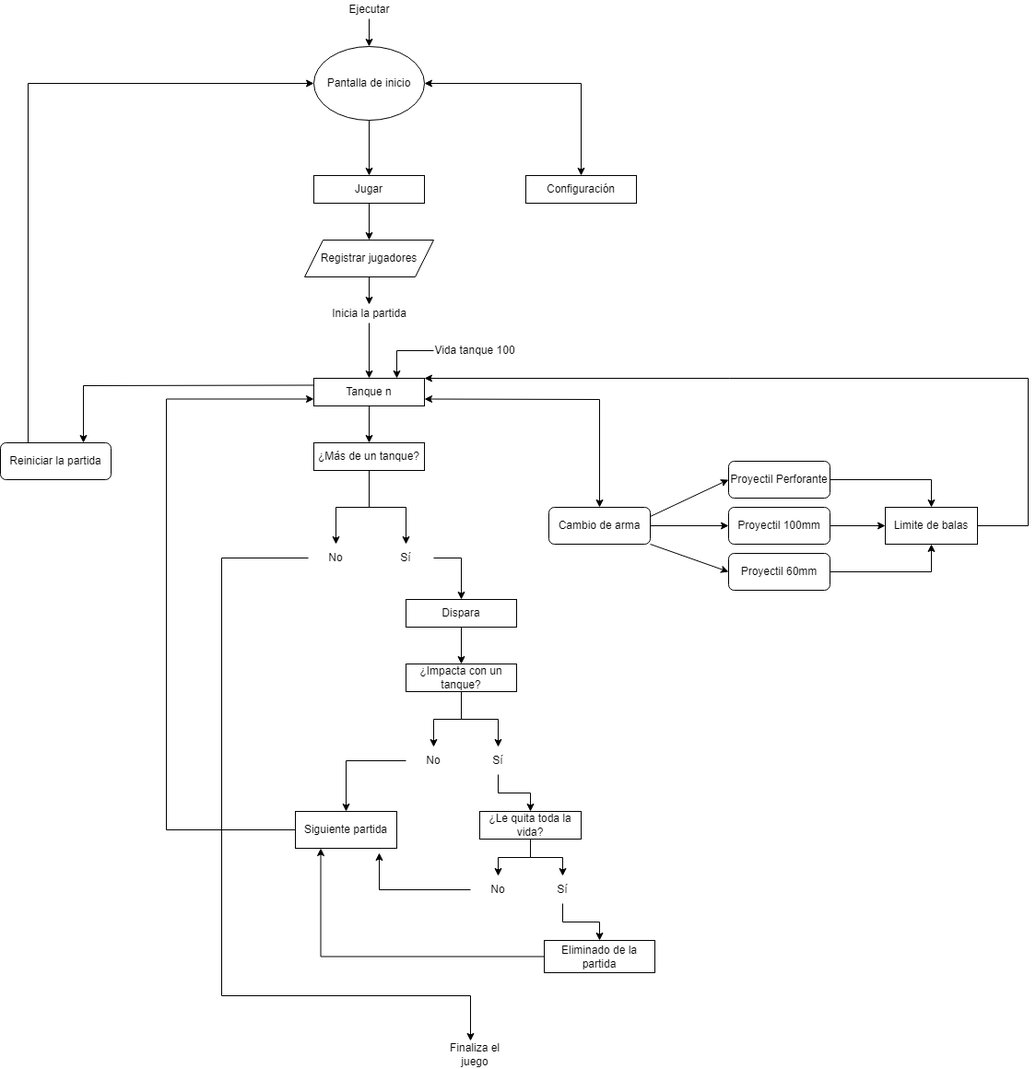
Above: readme-y-graficos/Diagrama.png in vynzk/TanquesJuego (draw.io), before the change. Source tidied: cells renumbered, new cells last; positions are measured from the earlier drawing's top-left corner, leaving out a move shared by most shapes.
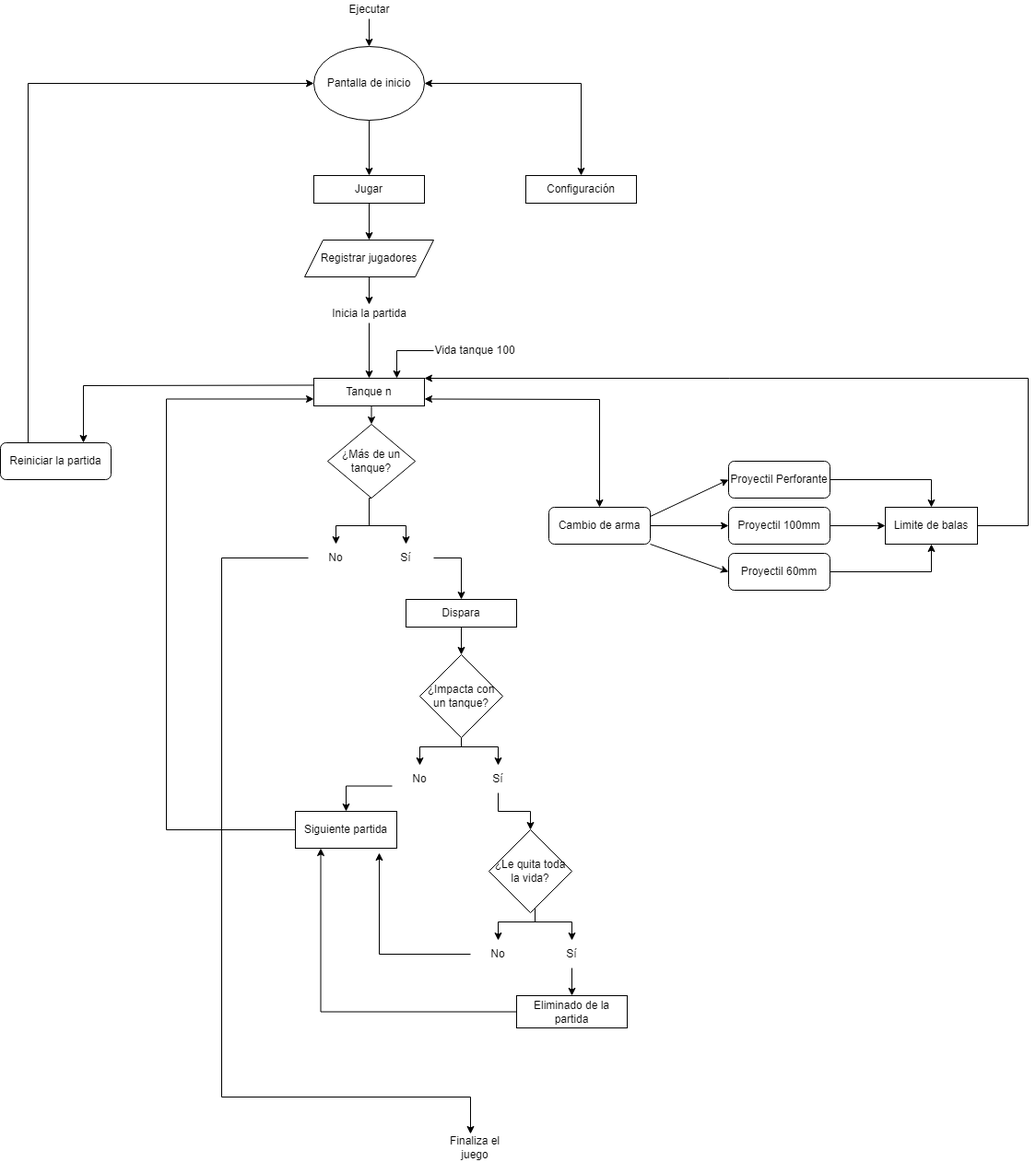
The same file after the commit.

Commit message:
Diagrama de flujo actualizado

What changed in the source:
```diff
@@ -20,7 +20,7 @@
     <mxCell id="7" value="Jugar" style="whiteSpace=wrap;html=1;" parent="1" vertex="1">
       <mxGeometry x="340" y="190" width="120" height="30" as="geometry" />
     </mxCell>
-    <mxCell id="8" style="edgeStyle=orthogonalEdgeStyle;rounded=0;jettySize=auto;html=1;exitX=0.5;exitY=1;exitDx=0;exitDy=0;" parent="1" edge="1" source="9" target="37">
+    <mxCell id="8" style="edgeStyle=orthogonalEdgeStyle;rounded=0;jettySize=auto;html=1;exitX=0.5;exitY=1;exitDx=0;exitDy=0;entryX=0.5;entryY=0;entryDx=0;entryDy=0;" parent="1" edge="1" source="9" target="37">
       <mxGeometry relative="1" as="geometry" />
     </mxCell>
     <mxCell id="9" value="Tanque n" style="whiteSpace=wrap;html=1;" parent="1" vertex="1">
@@ -114,21 +114,29 @@
     <mxCell id="34" value="Vida tanque 100" style="text;html=1;strokeColor=none;fillColor=none;align=center;verticalAlign=middle;whiteSpace=wrap;rounded=0;" parent="1" vertex="1">
       <mxGeometry x="470" y="365" width="90" height="30" as="geometry" />
     </mxCell>
-    <mxCell id="35" style="edgeStyle=orthogonalEdgeStyle;rounded=0;jettySize=auto;html=1;" parent="1" edge="1" source="37" target="41">
-      <mxGeometry relative="1" as="geometry" />
+    <mxCell id="35" style="edgeStyle=orthogonalEdgeStyle;rounded=0;jettySize=auto;html=1;exitX=0.5;exitY=1;exitDx=0;exitDy=0;" parent="1" edge="1" source="37" target="41">
+      <mxGeometry relative="1" as="geometry">
+        <Array as="points">
+          <mxPoint x="400" y="570" />
+          <mxPoint x="440" y="570" />
+        </Array>
+      </mxGeometry>
     </mxCell>
-    <mxCell id="36" style="edgeStyle=orthogonalEdgeStyle;rounded=0;jettySize=auto;html=1;entryX=0.5;entryY=0;entryDx=0;entryDy=0;" parent="1" edge="1" source="37" target="39">
-      <mxGeometry relative="1" as="geometry" />
+    <mxCell id="36" style="edgeStyle=orthogonalEdgeStyle;rounded=0;jettySize=auto;html=1;entryX=0.5;entryY=0;entryDx=0;entryDy=0;" parent="1" edge="1" target="39">
+      <mxGeometry relative="1" as="geometry">
+        <mxPoint x="400" y="550" as="sourcePoint" />
+        <Array as="points">
+          <mxPoint x="400" y="570" />
+          <mxPoint x="364" y="570" />
+        </Array>
+      </mxGeometry>
     </mxCell>
-    <mxCell id="37" value="¿Más de un tanque?" style="whiteSpace=wrap;html=1;" parent="1" vertex="1">
-      <mxGeometry x="340" y="480" width="120" height="30" as="geometry" />
-    </mxCell>
     <mxCell id="38" style="edgeStyle=orthogonalEdgeStyle;rounded=0;jettySize=auto;html=1;" parent="1" edge="1" source="39" target="60">
       <mxGeometry relative="1" as="geometry">
         <Array as="points">
           <mxPoint x="240" y="605" />
-          <mxPoint x="240" y="1080" />
-          <mxPoint x="510" y="1080" />
+          <mxPoint x="240" y="1190" />
+          <mxPoint x="510" y="1190" />
         </Array>
       </mxGeometry>
     </mxCell>
@@ -143,53 +151,47 @@
     <mxCell id="41" value="Sí" style="text;html=1;strokeColor=none;fillColor=none;align=center;verticalAlign=middle;whiteSpace=wrap;rounded=0;" parent="1" vertex="1">
       <mxGeometry x="410" y="590" width="60" height="30" as="geometry" />
     </mxCell>
-    <mxCell id="42" style="edgeStyle=orthogonalEdgeStyle;rounded=0;jettySize=auto;html=1;" parent="1" edge="1" source="44" target="51">
-      <mxGeometry relative="1" as="geometry" />
-    </mxCell>
-    <mxCell id="43" style="edgeStyle=orthogonalEdgeStyle;rounded=0;jettySize=auto;html=1;entryX=0.5;entryY=0;entryDx=0;entryDy=0;" parent="1" edge="1" source="44" target="49">
-      <mxGeometry relative="1" as="geometry" />
+    <mxCell id="43" style="edgeStyle=orthogonalEdgeStyle;rounded=0;jettySize=auto;html=1;entryX=0.5;entryY=0;entryDx=0;entryDy=0;exitX=0.5;exitY=1;exitDx=0;exitDy=0;" parent="1" edge="1" source="44" target="49">
+      <mxGeometry relative="1" as="geometry">
+        <Array as="points">
+          <mxPoint x="500" y="810" />
+          <mxPoint x="540" y="810" />
+        </Array>
+      </mxGeometry>
     </mxCell>
-    <mxCell id="44" value="¿Impacta con un tanque?" style="whiteSpace=wrap;html=1;" parent="1" vertex="1">
-      <mxGeometry x="440" y="720" width="120" height="30" as="geometry" />
-    </mxCell>
-    <mxCell id="45" style="edgeStyle=orthogonalEdgeStyle;rounded=0;jettySize=auto;html=1;" parent="1" edge="1" source="47" target="55">
-      <mxGeometry relative="1" as="geometry" />
-    </mxCell>
-    <mxCell id="46" style="edgeStyle=orthogonalEdgeStyle;rounded=0;jettySize=auto;html=1;entryX=0.5;entryY=0;entryDx=0;entryDy=0;" parent="1" edge="1" source="47" target="53">
-      <mxGeometry relative="1" as="geometry" />
-    </mxCell>
-    <mxCell id="47" value="¿Le quita toda la vida?" style="whiteSpace=wrap;html=1;" parent="1" vertex="1">
-      <mxGeometry x="520" y="880" width="110" height="30" as="geometry" />
-    </mxCell>
     <mxCell id="48" style="edgeStyle=orthogonalEdgeStyle;rounded=0;jettySize=auto;html=1;entryX=0.5;entryY=0;entryDx=0;entryDy=0;" parent="1" edge="1" source="49" target="47">
       <mxGeometry relative="1" as="geometry" />
     </mxCell>
     <mxCell id="49" value="Sí" style="text;html=1;strokeColor=none;fillColor=none;align=center;verticalAlign=middle;whiteSpace=wrap;rounded=0;" parent="1" vertex="1">
-      <mxGeometry x="510" y="810" width="60" height="30" as="geometry" />
+      <mxGeometry x="510" y="830" width="60" height="30" as="geometry" />
     </mxCell>
-    <mxCell id="50" style="edgeStyle=orthogonalEdgeStyle;rounded=0;jettySize=auto;html=1;entryX=0.5;entryY=0;entryDx=0;entryDy=0;" parent="1" edge="1" source="51" target="59">
-      <mxGeometry relative="1" as="geometry" />
+    <mxCell id="50" style="edgeStyle=orthogonalEdgeStyle;rounded=0;jettySize=auto;html=1;entryX=0.5;entryY=0;entryDx=0;entryDy=0;exitX=0;exitY=0.75;exitDx=0;exitDy=0;" parent="1" edge="1" source="51" target="59">
+      <mxGeometry relative="1" as="geometry">
+        <Array as="points">
+          <mxPoint x="375" y="853" />
+        </Array>
+      </mxGeometry>
     </mxCell>
     <mxCell id="51" value="No" style="text;html=1;strokeColor=none;fillColor=none;align=center;verticalAlign=middle;whiteSpace=wrap;rounded=0;" parent="1" vertex="1">
-      <mxGeometry x="440" y="810" width="60" height="30" as="geometry" />
+      <mxGeometry x="425" y="830" width="60" height="30" as="geometry" />
     </mxCell>
     <mxCell id="52" style="edgeStyle=orthogonalEdgeStyle;rounded=0;jettySize=auto;html=1;" parent="1" edge="1" source="53" target="57">
       <mxGeometry relative="1" as="geometry" />
     </mxCell>
     <mxCell id="53" value="Sí" style="text;html=1;strokeColor=none;fillColor=none;align=center;verticalAlign=middle;whiteSpace=wrap;rounded=0;" parent="1" vertex="1">
-      <mxGeometry x="580" y="950" width="60" height="30" as="geometry" />
+      <mxGeometry x="590" y="1020" width="60" height="30" as="geometry" />
     </mxCell>
     <mxCell id="54" style="edgeStyle=orthogonalEdgeStyle;rounded=0;jettySize=auto;html=1;entryX=0.827;entryY=1.125;entryDx=0;entryDy=0;entryPerimeter=0;" parent="1" edge="1" source="55" target="59">
       <mxGeometry relative="1" as="geometry" />
     </mxCell>
     <mxCell id="55" value="No" style="text;html=1;strokeColor=none;fillColor=none;align=center;verticalAlign=middle;whiteSpace=wrap;rounded=0;" parent="1" vertex="1">
-      <mxGeometry x="510" y="950" width="60" height="30" as="geometry" />
+      <mxGeometry x="510" y="1020" width="60" height="30" as="geometry" />
     </mxCell>
     <mxCell id="56" style="edgeStyle=orthogonalEdgeStyle;rounded=0;jettySize=auto;html=1;entryX=0.25;entryY=1;entryDx=0;entryDy=0;" parent="1" edge="1" source="57" target="59">
       <mxGeometry relative="1" as="geometry" />
     </mxCell>
     <mxCell id="57" value="Eliminado de la partida" style="whiteSpace=wrap;html=1;" parent="1" vertex="1">
-      <mxGeometry x="590" y="1020" width="120" height="35" as="geometry" />
+      <mxGeometry x="560" y="1080" width="120" height="35" as="geometry" />
     </mxCell>
     <mxCell id="58" style="edgeStyle=orthogonalEdgeStyle;rounded=0;jettySize=auto;html=1;entryX=0;entryY=0.75;entryDx=0;entryDy=0;" parent="1" edge="1" source="59" target="9">
       <mxGeometry relative="1" as="geometry">
@@ -203,7 +205,7 @@
       <mxGeometry x="320" y="880" width="110" height="40" as="geometry" />
     </mxCell>
     <mxCell id="60" value="Finaliza el juego" style="text;html=1;strokeColor=none;fillColor=none;align=center;verticalAlign=middle;whiteSpace=wrap;rounded=0;" parent="1" vertex="1">
-      <mxGeometry x="485" y="1129" width="60" height="30" as="geometry" />
+      <mxGeometry x="485" y="1230" width="60" height="30" as="geometry" />
     </mxCell>
     <mxCell id="61" style="endArrow=classic;startArrow=classic;html=1;rounded=0;entryX=1;entryY=0.5;entryDx=0;entryDy=0;" parent="1" edge="1" source="21" target="3">
       <mxGeometry relative="1" as="geometry">
@@ -212,5 +214,38 @@
         </Array>
       </mxGeometry>
     </mxCell>
+    <mxCell id="37" value="¿Más de un tanque?" style="rhombus;whiteSpace=wrap;html=1;" parent="1" vertex="1">
+      <mxGeometry x="355" y="460" width="95" height="80" as="geometry" />
+    </mxCell>
+    <mxCell id="42" style="edgeStyle=orthogonalEdgeStyle;rounded=0;jettySize=auto;html=1;entryX=0.5;entryY=0;entryDx=0;entryDy=0;" parent="1" edge="1" source="44" target="51">
+      <mxGeometry relative="1" as="geometry">
+        <Array as="points">
+          <mxPoint x="500" y="810" />
+          <mxPoint x="455" y="810" />
+        </Array>
+      </mxGeometry>
+    </mxCell>
+    <mxCell id="44" value="&lt;span&gt;¿Impacta con un tanque?&lt;/span&gt;" style="rhombus;whiteSpace=wrap;html=1;" parent="1" vertex="1">
+      <mxGeometry x="455" y="710" width="90" height="90" as="geometry" />
+    </mxCell>
+    <mxCell id="46" style="edgeStyle=orthogonalEdgeStyle;rounded=0;jettySize=auto;html=1;" parent="1" edge="1" source="47" target="53">
+      <mxGeometry relative="1" as="geometry">
+        <Array as="points">
+          <mxPoint x="580" y="1000" />
+          <mxPoint x="620" y="1000" />
+        </Array>
+      </mxGeometry>
+    </mxCell>
+    <mxCell id="45" style="edgeStyle=orthogonalEdgeStyle;rounded=0;jettySize=auto;html=1;" parent="1" edge="1" source="47" target="55">
+      <mxGeometry relative="1" as="geometry">
+        <Array as="points">
+          <mxPoint x="580" y="1000" />
+          <mxPoint x="540" y="1000" />
+        </Array>
+      </mxGeometry>
+    </mxCell>
+    <mxCell id="47" value="&lt;span&gt;¿Le quita toda la vida?&lt;/span&gt;" style="rhombus;whiteSpace=wrap;html=1;" parent="1" vertex="1">
+      <mxGeometry x="530" y="900" width="90" height="90" as="geometry" />
+    </mxCell>
   </root>
 </mxGraphModel>
```
